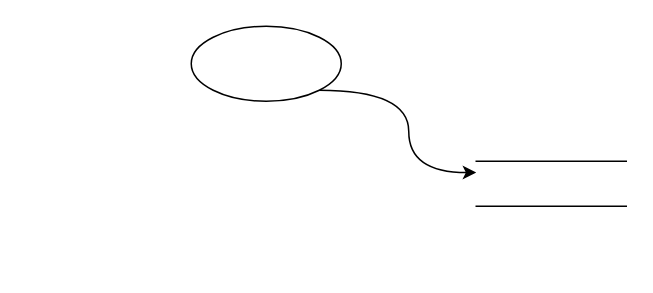
The draw.io diagram drawio/未命名绘图.drawio in weiguoneng/weiguoneng, before the edit. Source tidied: cells renumbered, new cells numbered last; positions are measured from the earlier drawing's top-left corner, leaving out a move shared by most shapes. Both pictures are drawn from the tidied source at 150%, with x=0, y=0 at pixel (190, 26).
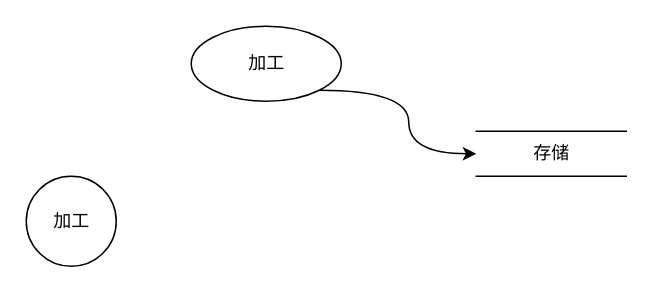
Above is the later version.

The edit, as a diff of the source:
```diff
@@
 <mxGraphModel>
   <root>
     <mxCell id="0" />
     <mxCell id="1" parent="0" />
-    <mxCell id="2" style="edgeStyle=orthogonalEdgeStyle;rounded=0;jettySize=auto;html=1;exitX=1;exitY=1;exitDx=0;exitDy=0;entryX=0;entryY=0.25;entryDx=0;entryDy=0;curved=1;" parent="1" edge="1" source="3" target="4">
+    <mxCell id="2" style="edgeStyle=orthogonalEdgeStyle;rounded=0;jettySize=auto;html=1;exitX=1;exitY=1;exitDx=0;exitDy=0;entryX=0;entryY=0.5;entryDx=0;entryDy=0;curved=1;" parent="1" edge="1" source="3" target="4">
       <mxGeometry relative="1" as="geometry" />
     </mxCell>
-    <mxCell id="3" style="shape=ellipse;html=1;dashed=0;whitespace=wrap;perimeter=ellipsePerimeter;" parent="1" vertex="1">
+    <mxCell id="3" value="加工" style="shape=ellipse;html=1;dashed=0;whitespace=wrap;perimeter=ellipsePerimeter;" parent="1" vertex="1">
       <mxGeometry width="100" height="50" as="geometry" />
     </mxCell>
-    <mxCell id="4" style="html=1;dashed=0;whitespace=wrap;shape=partialRectangle;right=0;left=0;" parent="1" vertex="1">
-      <mxGeometry x="190" y="90" width="100" height="30" as="geometry" />
+    <mxCell id="4" value="存储" style="html=1;dashed=0;whitespace=wrap;shape=partialRectangle;right=0;left=0;" parent="1" vertex="1">
+      <mxGeometry x="190" y="70" width="100" height="30" as="geometry" />
     </mxCell>
+    <mxCell id="5" value="加工" style="shape=ellipse;html=1;dashed=0;whitespace=wrap;perimeter=ellipsePerimeter;" parent="1" vertex="1">
+      <mxGeometry x="-110" y="100" width="60" height="60" as="geometry" />
+    </mxCell>
   </root>
 </mxGraphModel>
```
